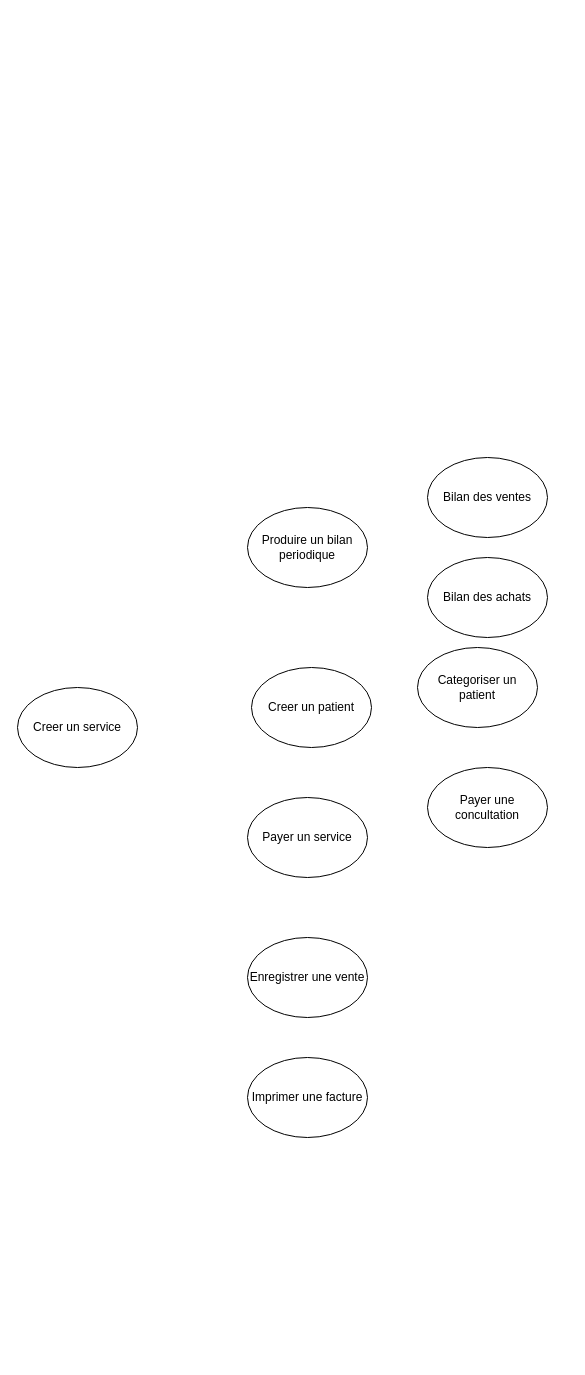
arseneRuben/CinsolManagement keeps this draw.io diagram as page "Page-2" (2 of 2) of Untitled Diagram.drawio. Above is the earlier version. Source tidied: cells renumbered, new cells numbered last; positions are measured from the earlier drawing's top-left corner, leaving out a move shared by most shapes. Both pictures are drawn from the tidied source at 100%, with x=0, y=0 at pixel (17, 457).
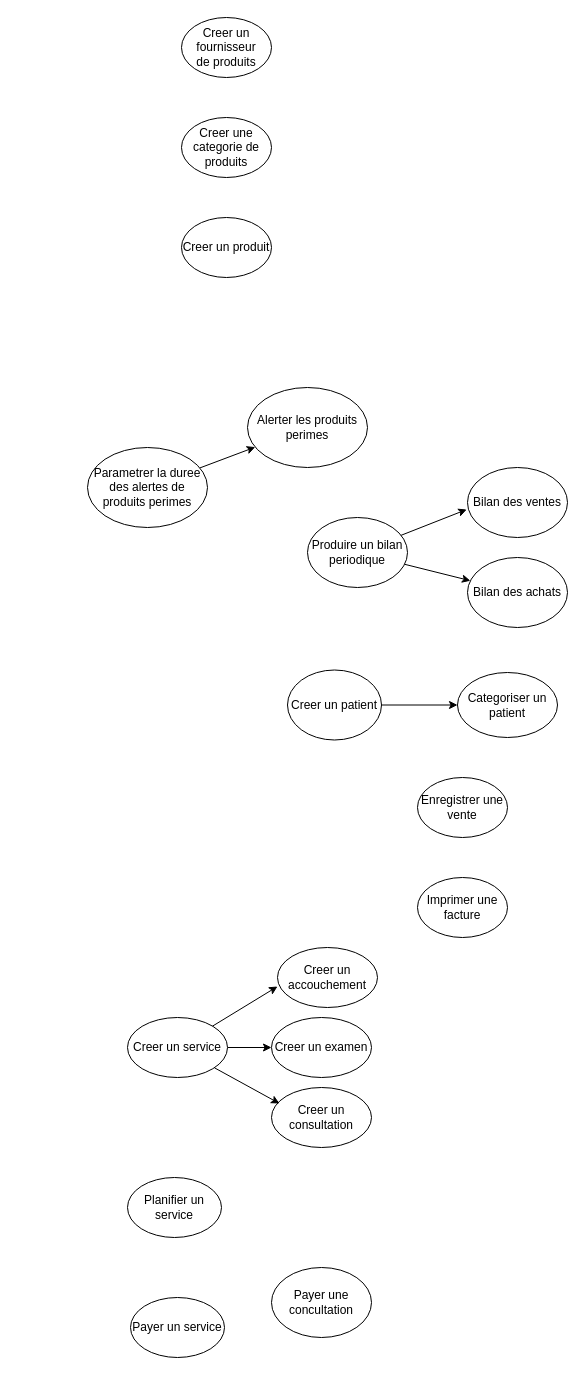
After the change.

Commit message:
cas d'utilisations

Diff of the diagram source:
```diff
@@
+    <mxCell id="12" style="rounded=0;jettySize=auto;html=1;" parent="1" edge="1" source="2" target="11">
+      <mxGeometry relative="1" as="geometry" />
+    </mxCell>
     <mxCell id="2" value="Creer un patient" style="ellipse;whiteSpace=wrap;html=1;" parent="1" vertex="1">
-      <mxGeometry x="234" y="210" width="120" height="80" as="geometry" />
+      <mxGeometry x="270" y="212.5" width="94" height="70" as="geometry" />
     </mxCell>
-    <mxCell id="3" value="Payer un service" style="ellipse;whiteSpace=wrap;html=1;" parent="1" vertex="1">
-      <mxGeometry x="230" y="340" width="120" height="80" as="geometry" />
-    </mxCell>
     <mxCell id="4" value="Payer une concultation" style="ellipse;whiteSpace=wrap;html=1;" parent="1" vertex="1">
-      <mxGeometry x="410" y="310" width="120" height="80" as="geometry" />
+      <mxGeometry x="254" y="810" width="100" height="70" as="geometry" />
     </mxCell>
     <mxCell id="5" value="Enregistrer une vente" style="ellipse;whiteSpace=wrap;html=1;" parent="1" vertex="1">
-      <mxGeometry x="230" y="480" width="120" height="80" as="geometry" />
+      <mxGeometry x="400" y="320" width="90" height="60" as="geometry" />
     </mxCell>
     <mxCell id="6" value="Imprimer une facture" style="ellipse;whiteSpace=wrap;html=1;" parent="1" vertex="1">
-      <mxGeometry x="230" y="600" width="120" height="80" as="geometry" />
+      <mxGeometry x="400" y="420" width="90" height="60" as="geometry" />
     </mxCell>
+    <mxCell id="13" style="rounded=0;jettySize=auto;html=1;" parent="1" edge="1" source="7" target="9">
+      <mxGeometry relative="1" as="geometry" />
+    </mxCell>
     <mxCell id="7" value="Produire un bilan periodique" style="ellipse;whiteSpace=wrap;html=1;" parent="1" vertex="1">
-      <mxGeometry x="230" y="50" width="120" height="80" as="geometry" />
+      <mxGeometry x="290" y="60" width="100" height="70" as="geometry" />
     </mxCell>
     <mxCell id="8" value="Bilan des ventes" style="ellipse;whiteSpace=wrap;html=1;" parent="1" vertex="1">
-      <mxGeometry x="410" width="120" height="80" as="geometry" />
+      <mxGeometry x="450" y="10" width="100" height="70" as="geometry" />
     </mxCell>
     <mxCell id="9" value="Bilan des achats" style="ellipse;whiteSpace=wrap;html=1;" parent="1" vertex="1">
-      <mxGeometry x="410" y="100" width="120" height="80" as="geometry" />
+      <mxGeometry x="450" y="100" width="100" height="70" as="geometry" />
     </mxCell>
+    <mxCell id="14" style="edgeStyle=orthogonalEdgeStyle;rounded=0;jettySize=auto;html=1;" parent="1" edge="1" source="10" target="20">
+      <mxGeometry relative="1" as="geometry" />
+    </mxCell>
     <mxCell id="10" value="Creer un service" style="ellipse;whiteSpace=wrap;html=1;" parent="1" vertex="1">
-      <mxGeometry y="230" width="120" height="80" as="geometry" />
+      <mxGeometry x="110" y="560" width="100" height="60" as="geometry" />
     </mxCell>
     <mxCell id="11" value="Categoriser un patient" style="ellipse;whiteSpace=wrap;html=1;" parent="1" vertex="1">
-      <mxGeometry x="400" y="190" width="120" height="80" as="geometry" />
+      <mxGeometry x="440" y="215" width="100" height="65" as="geometry" />
     </mxCell>
+    <mxCell id="15" style="rounded=0;jettySize=auto;html=1;entryX=-0.008;entryY=0.6;entryDx=0;entryDy=0;entryPerimeter=0;" parent="1" edge="1" source="7" target="8">
+      <mxGeometry relative="1" as="geometry" />
+    </mxCell>
+    <mxCell id="16" value="Planifier un service" style="ellipse;whiteSpace=wrap;html=1;" parent="1" vertex="1">
+      <mxGeometry x="110" y="720" width="94" height="60" as="geometry" />
+    </mxCell>
+    <mxCell id="17" value="Alerter les produits perimes" style="ellipse;whiteSpace=wrap;html=1;" parent="1" vertex="1">
+      <mxGeometry x="230" y="-70" width="120" height="80" as="geometry" />
+    </mxCell>
+    <mxCell id="18" style="rounded=0;jettySize=auto;html=1;" parent="1" edge="1" source="19" target="17">
+      <mxGeometry relative="1" as="geometry" />
+    </mxCell>
+    <mxCell id="19" value="Parametrer la duree des alertes de produits perimes" style="ellipse;whiteSpace=wrap;html=1;" parent="1" vertex="1">
+      <mxGeometry x="70" y="-10" width="120" height="80" as="geometry" />
+    </mxCell>
+    <mxCell id="20" value="Creer un examen" style="ellipse;whiteSpace=wrap;html=1;" parent="1" vertex="1">
+      <mxGeometry x="254" y="560" width="100" height="60" as="geometry" />
+    </mxCell>
+    <mxCell id="21" value="Creer un consultation" style="ellipse;whiteSpace=wrap;html=1;" parent="1" vertex="1">
+      <mxGeometry x="254" y="630" width="100" height="60" as="geometry" />
+    </mxCell>
+    <mxCell id="22" value="Creer un accouchement" style="ellipse;whiteSpace=wrap;html=1;" parent="1" vertex="1">
+      <mxGeometry x="260" y="490" width="100" height="60" as="geometry" />
+    </mxCell>
+    <mxCell id="23" style="rounded=0;jettySize=auto;html=1;entryX=0;entryY=0.65;entryDx=0;entryDy=0;entryPerimeter=0;" parent="1" edge="1" source="10" target="22">
+      <mxGeometry relative="1" as="geometry" />
+    </mxCell>
+    <mxCell id="24" style="rounded=0;jettySize=auto;html=1;entryX=0.08;entryY=0.267;entryDx=0;entryDy=0;entryPerimeter=0;" parent="1" edge="1" source="10" target="21">
+      <mxGeometry relative="1" as="geometry" />
+    </mxCell>
+    <mxCell id="3" value="Payer un service" style="ellipse;whiteSpace=wrap;html=1;" parent="1" vertex="1">
+      <mxGeometry x="113" y="840" width="94" height="60" as="geometry" />
+    </mxCell>
+    <mxCell id="25" value="Creer un produit" style="ellipse;whiteSpace=wrap;html=1;" parent="1" vertex="1">
+      <mxGeometry x="164" y="-240" width="90" height="60" as="geometry" />
+    </mxCell>
+    <mxCell id="26" value="Creer une categorie de produits" style="ellipse;whiteSpace=wrap;html=1;" parent="1" vertex="1">
+      <mxGeometry x="164" y="-340" width="90" height="60" as="geometry" />
+    </mxCell>
+    <mxCell id="27" value="Creer un fournisseur&lt;br&gt;de produits" style="ellipse;whiteSpace=wrap;html=1;" parent="1" vertex="1">
+      <mxGeometry x="164" y="-440" width="90" height="60" as="geometry" />
+    </mxCell>
```
